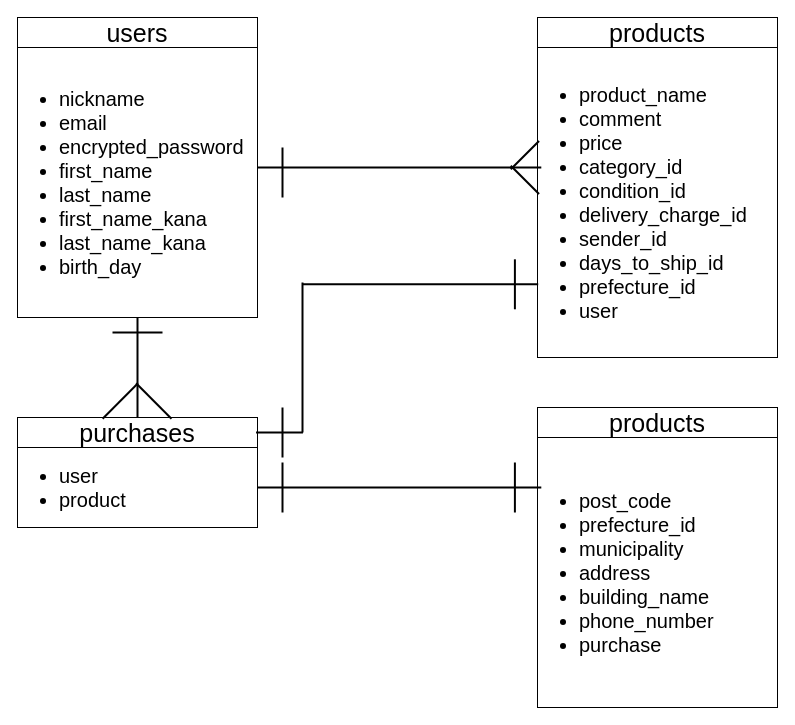
Above: .dio in shuto012/furima-38188 (draw.io), before the change. Source tidied: cells renumbered, new cells numbered last; positions are measured from the earlier drawing's top-left corner, leaving out a move shared by most shapes. Both pictures are drawn from the tidied source at 100%, with x=0, y=0 at pixel (17, 17).
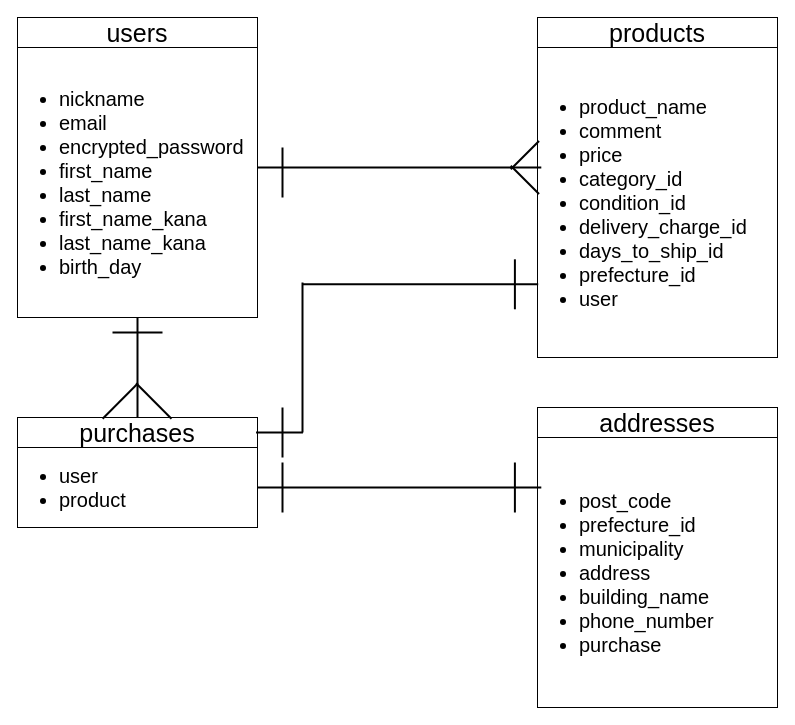
Above is the later version.

The edit, as a diff of the source:
```diff
@@
-    <mxCell id="5" value="&lt;ul style=&quot;font-size: 20px&quot;&gt;&lt;li&gt;product_name&lt;/li&gt;&lt;li&gt;comment&lt;/li&gt;&lt;li&gt;price&lt;/li&gt;&lt;li&gt;category_id&lt;/li&gt;&lt;li&gt;condition_id&lt;/li&gt;&lt;li&gt;delivery_charge_id&lt;/li&gt;&lt;li&gt;sender_id&lt;/li&gt;&lt;li&gt;days_to_ship_id&lt;/li&gt;&lt;li&gt;prefecture_id&lt;/li&gt;&lt;li&gt;user&lt;/li&gt;&lt;/ul&gt;" style="whiteSpace=wrap;html=1;fontSize=25;align=left;" parent="1" vertex="1">
+    <mxCell id="5" value="&lt;ul style=&quot;font-size: 20px&quot;&gt;&lt;li&gt;product_name&lt;/li&gt;&lt;li&gt;comment&lt;/li&gt;&lt;li&gt;price&lt;/li&gt;&lt;li&gt;category_id&lt;/li&gt;&lt;li&gt;condition_id&lt;/li&gt;&lt;li&gt;delivery_charge_id&lt;/li&gt;&lt;li&gt;days_to_ship_id&lt;/li&gt;&lt;li&gt;prefecture_id&lt;/li&gt;&lt;li&gt;user&lt;/li&gt;&lt;/ul&gt;" style="whiteSpace=wrap;html=1;fontSize=25;align=left;" parent="1" vertex="1">
       <mxGeometry x="520" y="30" width="240" height="310" as="geometry" />
     </mxCell>
@@
-    <mxCell id="9" value="&lt;span style=&quot;font-size: 25px&quot;&gt;products&lt;/span&gt;" style="whiteSpace=wrap;html=1;" parent="1" vertex="1">
+    <mxCell id="9" value="&lt;span style=&quot;font-size: 25px&quot;&gt;addresses&lt;/span&gt;" style="whiteSpace=wrap;html=1;" parent="1" vertex="1">
       <mxGeometry x="520" y="390" width="240" height="30" as="geometry" />
     </mxCell>
```
